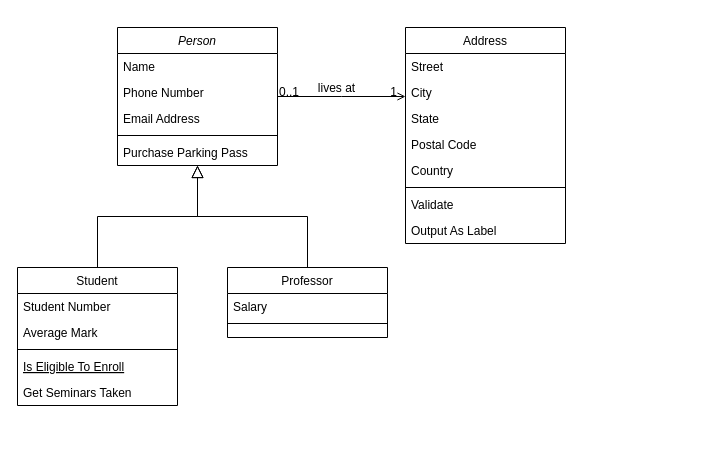
Earlier version of the draw.io diagram chungju_highschool_2023_smartfarm_structure.drawio (chungjuhsNobel21/chungju_highschool_smartfarm_2023). Source tidied: cells renumbered, new cells numbered last; positions are measured from the earlier drawing's top-left corner, leaving out a move shared by most shapes. Both pictures are drawn from the tidied source at 100%, with x=0, y=0 at pixel (17, 27).
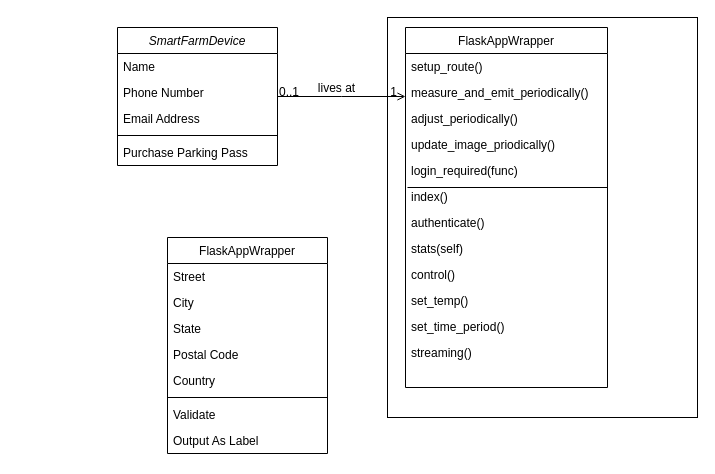
After the change.

The edit, as a diff of the source:
```diff
@@
+    <mxCell id="32" style="rounded=0;whiteSpace=wrap;html=1;" parent="1" vertex="1">
+      <mxGeometry x="370" y="-10" width="310" height="400" as="geometry" />
+    </mxCell>
-    <mxCell id="2" value="Person" style="swimlane;fontStyle=2;align=center;verticalAlign=top;horizontal=1;startSize=26;rounded=0;shadow=0;strokeWidth=1;" parent="1" vertex="1">
+    <mxCell id="2" value="SmartFarmDevice" style="swimlane;fontStyle=2;align=center;verticalAlign=top;horizontal=1;startSize=26;rounded=0;shadow=0;strokeWidth=1;" parent="1" vertex="1">
       <mxGeometry x="100" width="160" height="138" as="geometry" />
     </mxCell>
@@
-    <mxCell id="8" value="Student" style="swimlane;fontStyle=0;align=center;verticalAlign=top;horizontal=1;startSize=26;rounded=0;shadow=0;strokeWidth=1;" parent="1" vertex="1">
-      <mxGeometry y="240" width="160" height="138" as="geometry" />
-    </mxCell>
-    <mxCell id="9" value="Student Number" style="text;align=left;verticalAlign=top;spacingLeft=4;spacingRight=4;overflow=hidden;" parent="8" vertex="1">
-      <mxGeometry y="26" width="160" height="26" as="geometry" />
-    </mxCell>
-    <mxCell id="10" value="Average Mark" style="text;align=left;verticalAlign=top;spacingLeft=4;spacingRight=4;overflow=hidden;rounded=0;shadow=0;html=0;" parent="8" vertex="1">
-      <mxGeometry y="52" width="160" height="26" as="geometry" />
-    </mxCell>
-    <mxCell id="11" style="line;html=1;strokeWidth=1;align=left;verticalAlign=middle;spacingTop=-1;spacingLeft=3;spacingRight=3;labelPosition=right;" parent="8" vertex="1">
-      <mxGeometry y="78" width="160" height="8" as="geometry" />
-    </mxCell>
-    <mxCell id="12" value="Is Eligible To Enroll" style="text;align=left;verticalAlign=top;spacingLeft=4;spacingRight=4;overflow=hidden;fontStyle=4;" parent="8" vertex="1">
-      <mxGeometry y="86" width="160" height="26" as="geometry" />
-    </mxCell>
-    <mxCell id="13" value="Get Seminars Taken" style="text;align=left;verticalAlign=top;spacingLeft=4;spacingRight=4;overflow=hidden;" parent="8" vertex="1">
-      <mxGeometry y="112" width="160" height="26" as="geometry" />
-    </mxCell>
-    <mxCell id="14" style="endArrow=block;endSize=10;endFill=0;shadow=0;strokeWidth=1;rounded=0;edgeStyle=elbowEdgeStyle;elbow=vertical;" parent="1" edge="1" source="8" target="2">
-      <mxGeometry relative="1" as="geometry" />
-    </mxCell>
-    <mxCell id="15" value="Professor" style="swimlane;fontStyle=0;align=center;verticalAlign=top;horizontal=1;startSize=26;rounded=0;shadow=0;strokeWidth=1;" parent="1" vertex="1">
-      <mxGeometry x="210" y="240" width="160" height="70" as="geometry" />
-    </mxCell>
-    <mxCell id="16" value="Salary" style="text;align=left;verticalAlign=top;spacingLeft=4;spacingRight=4;overflow=hidden;" parent="15" vertex="1">
-      <mxGeometry y="26" width="160" height="26" as="geometry" />
-    </mxCell>
-    <mxCell id="17" style="line;html=1;strokeWidth=1;align=left;verticalAlign=middle;spacingTop=-1;spacingLeft=3;spacingRight=3;labelPosition=right;" parent="15" vertex="1">
-      <mxGeometry y="52" width="160" height="8" as="geometry" />
-    </mxCell>
-    <mxCell id="18" style="endArrow=block;endSize=10;endFill=0;shadow=0;strokeWidth=1;rounded=0;edgeStyle=elbowEdgeStyle;elbow=vertical;" parent="1" edge="1" source="15" target="2">
-      <mxGeometry relative="1" as="geometry" />
-    </mxCell>
-    <mxCell id="19" value="Address" style="swimlane;fontStyle=0;align=center;verticalAlign=top;horizontal=1;startSize=26;rounded=0;shadow=0;strokeWidth=1;" parent="1" vertex="1">
-      <mxGeometry x="388" width="160" height="216" as="geometry" />
+    <mxCell id="19" value="FlaskAppWrapper" style="swimlane;fontStyle=0;align=center;verticalAlign=top;horizontal=1;startSize=26;rounded=0;shadow=0;strokeWidth=1;" parent="1" vertex="1">
+      <mxGeometry x="388" width="202" height="360" as="geometry" />
     </mxCell>
-    <mxCell id="20" value="Street" style="text;align=left;verticalAlign=top;spacingLeft=4;spacingRight=4;overflow=hidden;" parent="19" vertex="1">
-      <mxGeometry y="26" width="160" height="26" as="geometry" />
+    <mxCell id="20" value="setup_route()" style="text;align=left;verticalAlign=top;spacingLeft=4;spacingRight=4;overflow=hidden;" parent="19" vertex="1">
+      <mxGeometry y="26" width="202" height="26" as="geometry" />
     </mxCell>
-    <mxCell id="21" value="City" style="text;align=left;verticalAlign=top;spacingLeft=4;spacingRight=4;overflow=hidden;rounded=0;shadow=0;html=0;" parent="19" vertex="1">
-      <mxGeometry y="52" width="160" height="26" as="geometry" />
+    <mxCell id="21" value="measure_and_emit_periodically()" style="text;align=left;verticalAlign=top;spacingLeft=4;spacingRight=4;overflow=hidden;rounded=0;shadow=0;html=0;" parent="19" vertex="1">
+      <mxGeometry y="52" width="202" height="26" as="geometry" />
     </mxCell>
-    <mxCell id="22" value="State" style="text;align=left;verticalAlign=top;spacingLeft=4;spacingRight=4;overflow=hidden;rounded=0;shadow=0;html=0;" parent="19" vertex="1">
-      <mxGeometry y="78" width="160" height="26" as="geometry" />
+    <mxCell id="22" value="adjust_periodically()" style="text;align=left;verticalAlign=top;spacingLeft=4;spacingRight=4;overflow=hidden;rounded=0;shadow=0;html=0;" parent="19" vertex="1">
+      <mxGeometry y="78" width="202" height="26" as="geometry" />
     </mxCell>
+    <mxCell id="33" value="update_image_priodically()" style="text;align=left;verticalAlign=top;spacingLeft=4;spacingRight=4;overflow=hidden;" parent="19" vertex="1">
+      <mxGeometry y="104" width="202" height="26" as="geometry" />
+    </mxCell>
+    <mxCell id="26" value="login_required(func)" style="text;align=left;verticalAlign=top;spacingLeft=4;spacingRight=4;overflow=hidden;" parent="19" vertex="1">
+      <mxGeometry y="130" width="202" height="26" as="geometry" />
+    </mxCell>
-    <mxCell id="23" value="Postal Code" style="text;align=left;verticalAlign=top;spacingLeft=4;spacingRight=4;overflow=hidden;rounded=0;shadow=0;html=0;" parent="19" vertex="1">
-      <mxGeometry y="104" width="160" height="26" as="geometry" />
+    <mxCell id="23" value="index()" style="text;align=left;verticalAlign=top;spacingLeft=4;spacingRight=4;overflow=hidden;rounded=0;shadow=0;html=0;" parent="19" vertex="1">
+      <mxGeometry y="156" width="202" height="26" as="geometry" />
     </mxCell>
-    <mxCell id="24" value="Country" style="text;align=left;verticalAlign=top;spacingLeft=4;spacingRight=4;overflow=hidden;rounded=0;shadow=0;html=0;" parent="19" vertex="1">
-      <mxGeometry y="130" width="160" height="26" as="geometry" />
+    <mxCell id="24" value="authenticate()" style="text;align=left;verticalAlign=top;spacingLeft=4;spacingRight=4;overflow=hidden;rounded=0;shadow=0;html=0;" parent="19" vertex="1">
+      <mxGeometry y="182" width="202" height="26" as="geometry" />
     </mxCell>
-    <mxCell id="25" style="line;html=1;strokeWidth=1;align=left;verticalAlign=middle;spacingTop=-1;spacingLeft=3;spacingRight=3;labelPosition=right;" parent="19" vertex="1">
-      <mxGeometry y="156" width="160" height="8" as="geometry" />
-    </mxCell>
-    <mxCell id="26" value="Validate" style="text;align=left;verticalAlign=top;spacingLeft=4;spacingRight=4;overflow=hidden;" parent="19" vertex="1">
-      <mxGeometry y="164" width="160" height="26" as="geometry" />
-    </mxCell>
-    <mxCell id="27" value="Output As Label" style="text;align=left;verticalAlign=top;spacingLeft=4;spacingRight=4;overflow=hidden;" parent="19" vertex="1">
-      <mxGeometry y="190" width="160" height="26" as="geometry" />
+    <mxCell id="27" value="stats(self)" style="text;align=left;verticalAlign=top;spacingLeft=4;spacingRight=4;overflow=hidden;" parent="19" vertex="1">
+      <mxGeometry y="208" width="202" height="26" as="geometry" />
     </mxCell>
+    <mxCell id="34" value="control()" style="text;align=left;verticalAlign=top;spacingLeft=4;spacingRight=4;overflow=hidden;" parent="19" vertex="1">
+      <mxGeometry y="234" width="202" height="26" as="geometry" />
+    </mxCell>
+    <mxCell id="35" value="set_temp()" style="text;align=left;verticalAlign=top;spacingLeft=4;spacingRight=4;overflow=hidden;" parent="19" vertex="1">
+      <mxGeometry y="260" width="202" height="26" as="geometry" />
+    </mxCell>
+    <mxCell id="36" value="set_time_period()" style="text;align=left;verticalAlign=top;spacingLeft=4;spacingRight=4;overflow=hidden;" parent="19" vertex="1">
+      <mxGeometry y="286" width="202" height="26" as="geometry" />
+    </mxCell>
+    <mxCell id="37" value="streaming()" style="text;align=left;verticalAlign=top;spacingLeft=4;spacingRight=4;overflow=hidden;" parent="19" vertex="1">
+      <mxGeometry y="312" width="202" height="26" as="geometry" />
+    </mxCell>
+    <mxCell id="38" style="endArrow=none;html=1;" parent="19" edge="1">
+      <mxGeometry relative="1" as="geometry">
+        <mxPoint x="202" y="160" as="sourcePoint" />
+        <mxPoint x="2" y="160" as="targetPoint" />
+      </mxGeometry>
+    </mxCell>
@@
+    <mxCell id="39" value="FlaskAppWrapper" style="swimlane;fontStyle=0;align=center;verticalAlign=top;horizontal=1;startSize=26;rounded=0;shadow=0;strokeWidth=1;" parent="1" vertex="1">
+      <mxGeometry x="150" y="210" width="160" height="216" as="geometry" />
+    </mxCell>
+    <mxCell id="40" value="Street" style="text;align=left;verticalAlign=top;spacingLeft=4;spacingRight=4;overflow=hidden;" parent="39" vertex="1">
+      <mxGeometry y="26" width="160" height="26" as="geometry" />
+    </mxCell>
+    <mxCell id="41" value="City" style="text;align=left;verticalAlign=top;spacingLeft=4;spacingRight=4;overflow=hidden;rounded=0;shadow=0;html=0;" parent="39" vertex="1">
+      <mxGeometry y="52" width="160" height="26" as="geometry" />
+    </mxCell>
+    <mxCell id="42" value="State" style="text;align=left;verticalAlign=top;spacingLeft=4;spacingRight=4;overflow=hidden;rounded=0;shadow=0;html=0;" parent="39" vertex="1">
+      <mxGeometry y="78" width="160" height="26" as="geometry" />
+    </mxCell>
+    <mxCell id="43" value="Postal Code" style="text;align=left;verticalAlign=top;spacingLeft=4;spacingRight=4;overflow=hidden;rounded=0;shadow=0;html=0;" parent="39" vertex="1">
+      <mxGeometry y="104" width="160" height="26" as="geometry" />
+    </mxCell>
+    <mxCell id="44" value="Country" style="text;align=left;verticalAlign=top;spacingLeft=4;spacingRight=4;overflow=hidden;rounded=0;shadow=0;html=0;" parent="39" vertex="1">
+      <mxGeometry y="130" width="160" height="26" as="geometry" />
+    </mxCell>
+    <mxCell id="25" style="line;html=1;strokeWidth=1;align=left;verticalAlign=middle;spacingTop=-1;spacingLeft=3;spacingRight=3;labelPosition=right;" parent="39" vertex="1">
+      <mxGeometry y="156" width="160" height="8" as="geometry" />
+    </mxCell>
+    <mxCell id="45" value="Validate" style="text;align=left;verticalAlign=top;spacingLeft=4;spacingRight=4;overflow=hidden;" parent="39" vertex="1">
+      <mxGeometry y="164" width="160" height="26" as="geometry" />
+    </mxCell>
+    <mxCell id="46" value="Output As Label" style="text;align=left;verticalAlign=top;spacingLeft=4;spacingRight=4;overflow=hidden;" parent="39" vertex="1">
+      <mxGeometry y="190" width="160" height="26" as="geometry" />
+    </mxCell>
```
